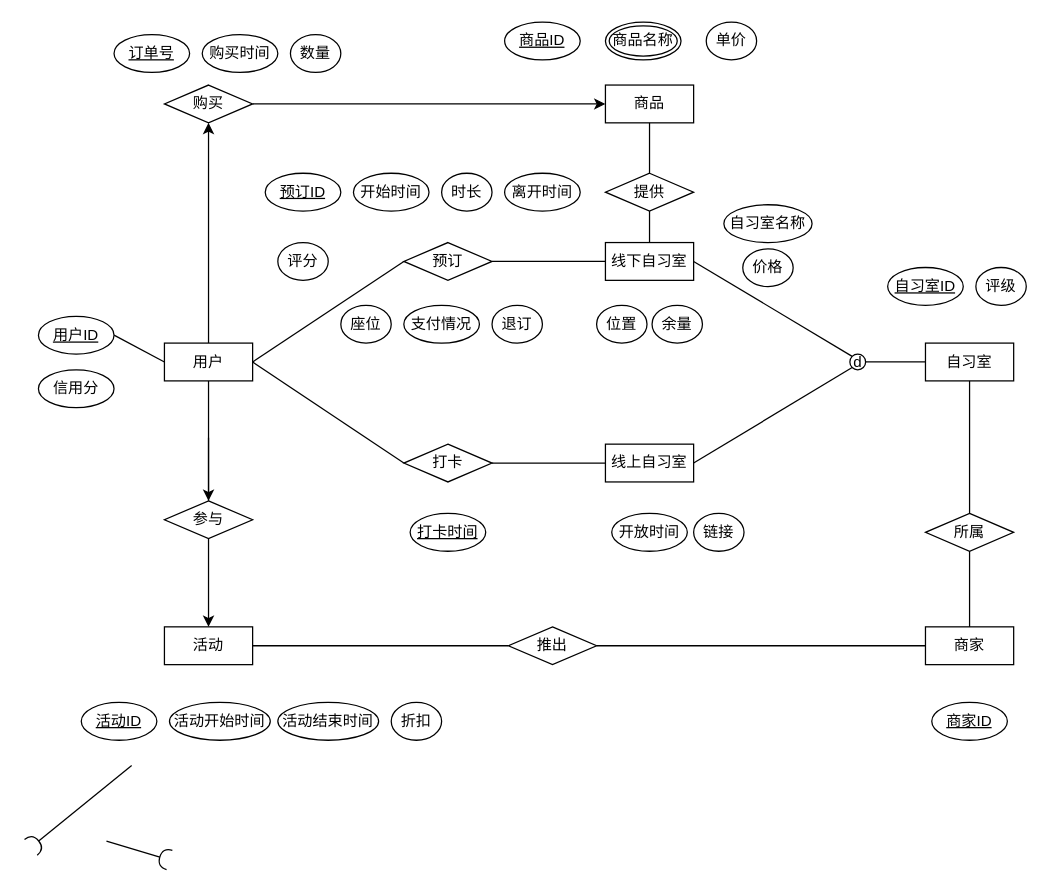
This is 未命名绘图.drawio from wuhongmei/pic, a draw.io file, before an edit. Source tidied: cells renumbered, new cells numbered last; positions are measured from the earlier drawing's top-left corner, leaving out a move shared by most shapes. Both pictures are drawn from the tidied source at 126%, with x=0, y=0 at pixel (30, 21).
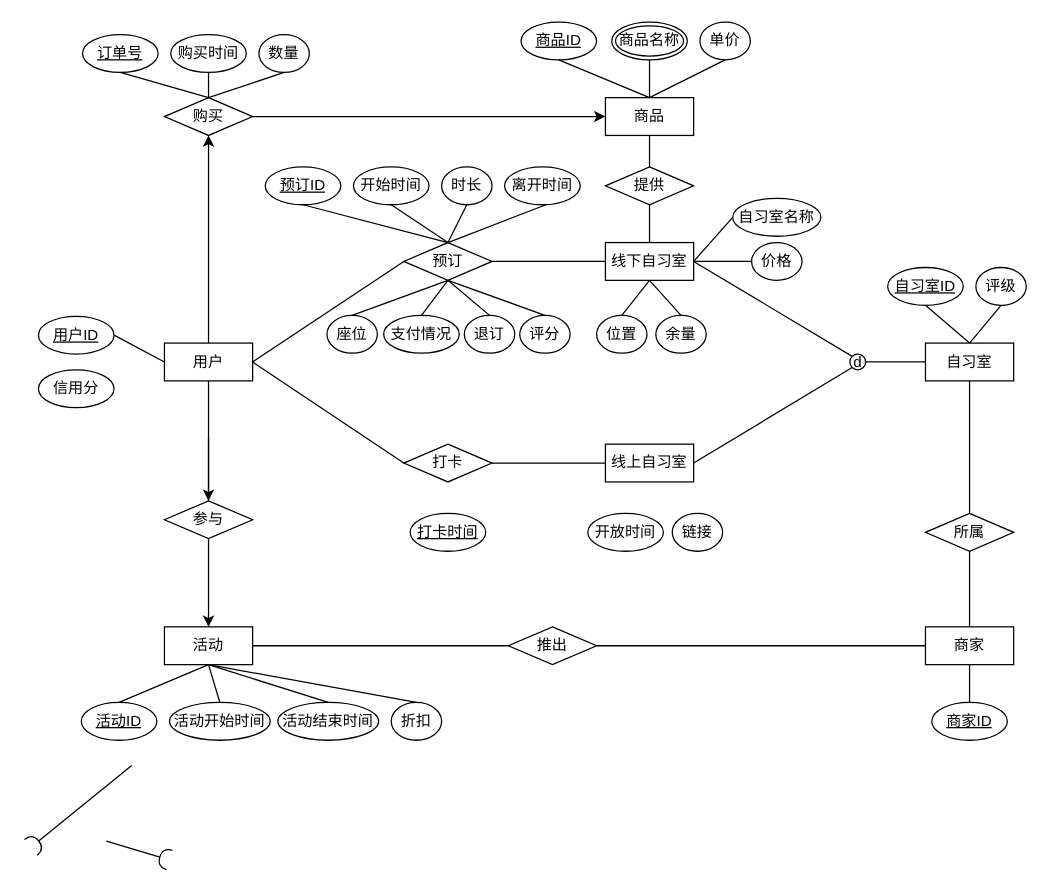
After the change.

The change refers to these unchanged cells:
```xml
<mxCell id="6" value="商家" style="whiteSpace=wrap;html=1;align=center;" parent="1" vertex="1">
  <mxGeometry x="710" y="480" width="70" height="30" as="geometry" />
</mxCell>
<mxCell id="9" value="线下自习室" style="whiteSpace=wrap;html=1;align=center;" parent="1" vertex="1">
  <mxGeometry x="456" y="175" width="70" height="30" as="geometry" />
</mxCell>
<mxCell id="10" value="自习室" style="whiteSpace=wrap;html=1;align=center;" parent="1" vertex="1">
  <mxGeometry x="710" y="254.8" width="70" height="30" as="geometry" />
</mxCell>
<mxCell id="17" value="预订" style="shape=rhombus;perimeter=rhombusPerimeter;whiteSpace=wrap;html=1;align=center;" parent="1" vertex="1">
  <mxGeometry x="296" y="175" width="70" height="30" as="geometry" />
</mxCell>
<mxCell id="22" value="活动" style="whiteSpace=wrap;html=1;align=center;" parent="1" vertex="1">
  <mxGeometry x="106" y="480" width="70" height="30" as="geometry" />
</mxCell>
<mxCell id="49" value="自习室ID" style="ellipse;whiteSpace=wrap;html=1;align=center;fontStyle=4;" parent="1" vertex="1">
  <mxGeometry x="680" y="194.8" width="60" height="30" as="geometry" />
</mxCell>
<mxCell id="54" value="评级" style="ellipse;whiteSpace=wrap;html=1;align=center;" parent="1" vertex="1">
  <mxGeometry x="750" y="194.8" width="40" height="30" as="geometry" />
</mxCell>
<mxCell id="55" value="商家ID" style="ellipse;whiteSpace=wrap;html=1;align=center;fontStyle=4;" parent="1" vertex="1">
  <mxGeometry x="715" y="540" width="60" height="30" as="geometry" />
</mxCell>
<mxCell id="56" value="活动ID" style="ellipse;whiteSpace=wrap;html=1;align=center;fontStyle=4;" parent="1" vertex="1">
  <mxGeometry x="40" y="540" width="60" height="30" as="geometry" />
</mxCell>
<mxCell id="57" value="活动开始时间" style="ellipse;whiteSpace=wrap;html=1;align=center;" parent="1" vertex="1">
  <mxGeometry x="110" y="540" width="80" height="30" as="geometry" />
</mxCell>
<mxCell id="58" value="折扣" style="ellipse;whiteSpace=wrap;html=1;align=center;" parent="1" vertex="1">
  <mxGeometry x="286" y="540" width="40" height="30" as="geometry" />
</mxCell>
<mxCell id="65" value="活动结束时间" style="ellipse;whiteSpace=wrap;html=1;align=center;" parent="1" vertex="1">
  <mxGeometry x="196" y="540" width="80" height="30" as="geometry" />
</mxCell>
```

The edit, as a diff of the source:
```diff
@@
     <mxCell id="7" value="商品" style="whiteSpace=wrap;html=1;align=center;" parent="1" vertex="1">
-      <mxGeometry x="456" y="50" width="70" height="30" as="geometry" />
+      <mxGeometry x="456" y="60" width="70" height="30" as="geometry" />
     </mxCell>
@@
     <mxCell id="19" value="购买" style="shape=rhombus;perimeter=rhombusPerimeter;whiteSpace=wrap;html=1;align=center;" parent="1" vertex="1">
-      <mxGeometry x="106" y="50" width="70" height="30" as="geometry" />
+      <mxGeometry x="106" y="60" width="70" height="30" as="geometry" />
     </mxCell>
     <mxCell id="20" value="提供" style="shape=rhombus;perimeter=rhombusPerimeter;whiteSpace=wrap;html=1;align=center;" parent="1" vertex="1">
-      <mxGeometry x="456" y="120" width="70" height="30" as="geometry" />
+      <mxGeometry x="456" y="115" width="70" height="30" as="geometry" />
     </mxCell>
@@
     <mxCell id="37" value="单价" style="ellipse;whiteSpace=wrap;html=1;align=center;" parent="1" vertex="1">
-      <mxGeometry x="536" width="40" height="30" as="geometry" />
+      <mxGeometry x="531" width="40" height="30" as="geometry" />
     </mxCell>
     <mxCell id="38" value="商品名称" style="ellipse;shape=doubleEllipse;margin=3;whiteSpace=wrap;html=1;align=center;" parent="1" vertex="1">
-      <mxGeometry x="456" width="60" height="30" as="geometry" />
+      <mxGeometry x="461" width="60" height="30" as="geometry" />
     </mxCell>
     <mxCell id="39" value="商品ID" style="ellipse;whiteSpace=wrap;html=1;align=center;fontStyle=4;" parent="1" vertex="1">
-      <mxGeometry x="376" width="60" height="30" as="geometry" />
+      <mxGeometry x="389" width="60" height="30" as="geometry" />
     </mxCell>
     <mxCell id="40" value="订单号" style="ellipse;whiteSpace=wrap;html=1;align=center;fontStyle=4;" parent="1" vertex="1">
-      <mxGeometry x="66" y="10" width="60" height="30" as="geometry" />
+      <mxGeometry x="41" y="10" width="60" height="30" as="geometry" />
     </mxCell>
     <mxCell id="41" value="数量" style="ellipse;whiteSpace=wrap;html=1;align=center;" parent="1" vertex="1">
-      <mxGeometry x="206" y="10" width="40" height="30" as="geometry" />
+      <mxGeometry x="181" y="10" width="40" height="30" as="geometry" />
     </mxCell>
     <mxCell id="42" value="预订ID" style="ellipse;whiteSpace=wrap;html=1;align=center;fontStyle=4;" parent="1" vertex="1">
-      <mxGeometry x="186" y="120" width="60" height="30" as="geometry" />
+      <mxGeometry x="186" y="115" width="60" height="30" as="geometry" />
     </mxCell>
     <mxCell id="43" value="开始时间" style="ellipse;whiteSpace=wrap;html=1;align=center;" parent="1" vertex="1">
-      <mxGeometry x="256" y="120" width="60" height="30" as="geometry" />
+      <mxGeometry x="256" y="115" width="60" height="30" as="geometry" />
     </mxCell>
     <mxCell id="44" value="时长" style="ellipse;whiteSpace=wrap;html=1;align=center;" parent="1" vertex="1">
-      <mxGeometry x="326" y="120" width="40" height="30" as="geometry" />
+      <mxGeometry x="326" y="115" width="40" height="30" as="geometry" />
     </mxCell>
     <mxCell id="45" value="离开时间" style="ellipse;whiteSpace=wrap;html=1;align=center;" parent="1" vertex="1">
-      <mxGeometry x="376" y="120" width="60" height="30" as="geometry" />
+      <mxGeometry x="376" y="115" width="60" height="30" as="geometry" />
     </mxCell>
     <mxCell id="46" value="座位" style="ellipse;whiteSpace=wrap;html=1;align=center;" parent="1" vertex="1">
-      <mxGeometry x="246" y="224.8" width="40" height="30" as="geometry" />
+      <mxGeometry x="235" y="232.8" width="40" height="30" as="geometry" />
     </mxCell>
     <mxCell id="47" value="支付情况" style="ellipse;whiteSpace=wrap;html=1;align=center;" parent="1" vertex="1">
-      <mxGeometry x="296" y="224.8" width="60" height="30" as="geometry" />
+      <mxGeometry x="280" y="232.8" width="60" height="30" as="geometry" />
     </mxCell>
     <mxCell id="48" value="评分" style="ellipse;whiteSpace=wrap;html=1;align=center;" parent="1" vertex="1">
-      <mxGeometry x="196" y="175" width="40" height="30" as="geometry" />
+      <mxGeometry x="388" y="232.8" width="40" height="30" as="geometry" />
     </mxCell>
@@
     <mxCell id="50" value="位置" style="ellipse;whiteSpace=wrap;html=1;align=center;" parent="1" vertex="1">
-      <mxGeometry x="449" y="224.8" width="40" height="30" as="geometry" />
+      <mxGeometry x="449" y="232.8" width="40" height="30" as="geometry" />
     </mxCell>
     <mxCell id="51" value="余量" style="ellipse;whiteSpace=wrap;html=1;align=center;" parent="1" vertex="1">
-      <mxGeometry x="493" y="224.8" width="40" height="30" as="geometry" />
+      <mxGeometry x="496" y="232.8" width="40" height="30" as="geometry" />
     </mxCell>
     <mxCell id="52" value="开放时间" style="ellipse;whiteSpace=wrap;html=1;align=center;" parent="1" vertex="1">
-      <mxGeometry x="461" y="390" width="60" height="30" as="geometry" />
+      <mxGeometry x="442" y="390" width="60" height="30" as="geometry" />
     </mxCell>
@@
     <mxCell id="60" value="退订" style="ellipse;whiteSpace=wrap;html=1;align=center;" parent="1" vertex="1">
-      <mxGeometry x="366" y="224.8" width="40" height="30" as="geometry" />
+      <mxGeometry x="344" y="232.8" width="40" height="30" as="geometry" />
     </mxCell>
     <mxCell id="61" value="链接" style="ellipse;whiteSpace=wrap;html=1;align=center;" parent="1" vertex="1">
-      <mxGeometry x="526" y="390" width="40" height="30" as="geometry" />
+      <mxGeometry x="509" y="390" width="40" height="30" as="geometry" />
     </mxCell>
@@
     <mxCell id="63" value="自习室名称" style="ellipse;whiteSpace=wrap;html=1;align=center;" parent="1" vertex="1">
-      <mxGeometry x="550" y="145" width="70" height="30" as="geometry" />
+      <mxGeometry x="557" y="140" width="70" height="30" as="geometry" />
     </mxCell>
     <mxCell id="64" value="价格" style="ellipse;whiteSpace=wrap;html=1;align=center;" parent="1" vertex="1">
-      <mxGeometry x="565" y="180" width="40" height="30" as="geometry" />
+      <mxGeometry x="572" y="175" width="40" height="30" as="geometry" />
     </mxCell>
@@
     <mxCell id="66" value="购买时间" style="ellipse;whiteSpace=wrap;html=1;align=center;" parent="1" vertex="1">
-      <mxGeometry x="136" y="10" width="60" height="30" as="geometry" />
+      <mxGeometry x="111" y="10" width="60" height="30" as="geometry" />
     </mxCell>
+    <mxCell id="67" style="endArrow=none;html=1;rounded=0;entryX=0.5;entryY=1;entryDx=0;entryDy=0;exitX=0.5;exitY=0;exitDx=0;exitDy=0;" parent="1" edge="1" source="19" target="40">
+      <mxGeometry relative="1" as="geometry" />
+    </mxCell>
+    <mxCell id="68" style="endArrow=none;html=1;rounded=0;entryX=0.5;entryY=1;entryDx=0;entryDy=0;exitX=0.5;exitY=0;exitDx=0;exitDy=0;" parent="1" edge="1" source="19" target="66">
+      <mxGeometry relative="1" as="geometry" />
+    </mxCell>
+    <mxCell id="69" style="endArrow=none;html=1;rounded=0;entryX=0.5;entryY=1;entryDx=0;entryDy=0;exitX=0.5;exitY=0;exitDx=0;exitDy=0;" parent="1" edge="1" source="19" target="41">
+      <mxGeometry relative="1" as="geometry" />
+    </mxCell>
+    <mxCell id="70" style="endArrow=none;html=1;rounded=0;entryX=0.5;entryY=1;entryDx=0;entryDy=0;exitX=0.5;exitY=0;exitDx=0;exitDy=0;" parent="1" edge="1" source="7" target="39">
+      <mxGeometry relative="1" as="geometry" />
+    </mxCell>
+    <mxCell id="71" style="endArrow=none;html=1;rounded=0;entryX=0.5;entryY=1;entryDx=0;entryDy=0;exitX=0.5;exitY=0;exitDx=0;exitDy=0;" parent="1" edge="1" source="7" target="38">
+      <mxGeometry relative="1" as="geometry" />
+    </mxCell>
+    <mxCell id="72" style="endArrow=none;html=1;rounded=0;entryX=0.5;entryY=1;entryDx=0;entryDy=0;exitX=0.5;exitY=0;exitDx=0;exitDy=0;" parent="1" edge="1" source="7" target="37">
+      <mxGeometry relative="1" as="geometry" />
+    </mxCell>
+    <mxCell id="73" style="endArrow=none;html=1;rounded=0;exitX=0.5;exitY=1;exitDx=0;exitDy=0;entryX=0.5;entryY=0;entryDx=0;entryDy=0;" parent="1" edge="1" source="42" target="17">
+      <mxGeometry relative="1" as="geometry" />
+    </mxCell>
+    <mxCell id="74" style="endArrow=none;html=1;rounded=0;entryX=0.5;entryY=1;entryDx=0;entryDy=0;exitX=0.5;exitY=0;exitDx=0;exitDy=0;" parent="1" edge="1" source="17" target="43">
+      <mxGeometry relative="1" as="geometry" />
+    </mxCell>
+    <mxCell id="75" style="endArrow=none;html=1;rounded=0;entryX=0.5;entryY=1;entryDx=0;entryDy=0;exitX=0.5;exitY=0;exitDx=0;exitDy=0;" parent="1" edge="1" source="17" target="44">
+      <mxGeometry relative="1" as="geometry" />
+    </mxCell>
+    <mxCell id="76" style="endArrow=none;html=1;rounded=0;entryX=0.547;entryY=1;entryDx=0;entryDy=0;exitX=0.5;exitY=0;exitDx=0;exitDy=0;entryPerimeter=0;" parent="1" edge="1" source="17" target="45">
+      <mxGeometry relative="1" as="geometry" />
+    </mxCell>
+    <mxCell id="77" style="endArrow=none;html=1;rounded=0;entryX=0.5;entryY=0;entryDx=0;entryDy=0;exitX=0.5;exitY=1;exitDx=0;exitDy=0;" parent="1" edge="1" source="17" target="48">
+      <mxGeometry relative="1" as="geometry" />
+    </mxCell>
+    <mxCell id="78" style="endArrow=none;html=1;rounded=0;entryX=0.5;entryY=0;entryDx=0;entryDy=0;exitX=0.5;exitY=1;exitDx=0;exitDy=0;" parent="1" edge="1" source="17" target="46">
+      <mxGeometry relative="1" as="geometry" />
+    </mxCell>
+    <mxCell id="79" style="endArrow=none;html=1;rounded=0;entryX=0.5;entryY=0;entryDx=0;entryDy=0;exitX=0.5;exitY=1;exitDx=0;exitDy=0;" parent="1" edge="1" source="17" target="47">
+      <mxGeometry relative="1" as="geometry" />
+    </mxCell>
+    <mxCell id="80" style="endArrow=none;html=1;rounded=0;entryX=0.5;entryY=1;entryDx=0;entryDy=0;exitX=0.5;exitY=0;exitDx=0;exitDy=0;" parent="1" edge="1" source="60" target="17">
+      <mxGeometry relative="1" as="geometry" />
+    </mxCell>
+    <mxCell id="81" style="endArrow=none;html=1;rounded=0;entryX=0.5;entryY=1;entryDx=0;entryDy=0;exitX=0.5;exitY=0;exitDx=0;exitDy=0;" parent="1" edge="1" source="50" target="9">
+      <mxGeometry relative="1" as="geometry" />
+    </mxCell>
+    <mxCell id="82" style="endArrow=none;html=1;rounded=0;exitX=0.5;exitY=0;exitDx=0;exitDy=0;entryX=0.5;entryY=1;entryDx=0;entryDy=0;" parent="1" edge="1" source="51" target="9">
+      <mxGeometry relative="1" as="geometry" />
+    </mxCell>
+    <mxCell id="83" style="endArrow=none;html=1;rounded=0;entryX=1;entryY=0.5;entryDx=0;entryDy=0;exitX=0;exitY=0.5;exitDx=0;exitDy=0;" parent="1" edge="1" source="64" target="9">
+      <mxGeometry relative="1" as="geometry" />
+    </mxCell>
+    <mxCell id="84" style="endArrow=none;html=1;rounded=0;entryX=1;entryY=0.5;entryDx=0;entryDy=0;exitX=0;exitY=0.5;exitDx=0;exitDy=0;" parent="1" edge="1" source="63" target="9">
+      <mxGeometry relative="1" as="geometry" />
+    </mxCell>
+    <mxCell id="85" style="endArrow=none;html=1;rounded=0;entryX=0.5;entryY=1;entryDx=0;entryDy=0;exitX=0.5;exitY=0;exitDx=0;exitDy=0;" parent="1" edge="1" source="10" target="49">
+      <mxGeometry relative="1" as="geometry" />
+    </mxCell>
+    <mxCell id="86" style="endArrow=none;html=1;rounded=0;entryX=0.5;entryY=1;entryDx=0;entryDy=0;exitX=0.5;exitY=0;exitDx=0;exitDy=0;" parent="1" edge="1" source="10" target="54">
+      <mxGeometry relative="1" as="geometry" />
+    </mxCell>
+    <mxCell id="87" style="endArrow=none;html=1;rounded=0;entryX=0.5;entryY=0;entryDx=0;entryDy=0;exitX=0.5;exitY=1;exitDx=0;exitDy=0;" parent="1" edge="1" source="6" target="55">
+      <mxGeometry relative="1" as="geometry" />
+    </mxCell>
+    <mxCell id="88" style="endArrow=none;html=1;rounded=0;entryX=0.5;entryY=0;entryDx=0;entryDy=0;exitX=0.5;exitY=1;exitDx=0;exitDy=0;" parent="1" edge="1" source="22" target="56">
+      <mxGeometry relative="1" as="geometry" />
+    </mxCell>
+    <mxCell id="89" style="endArrow=none;html=1;rounded=0;entryX=0.5;entryY=0;entryDx=0;entryDy=0;exitX=0.5;exitY=1;exitDx=0;exitDy=0;" parent="1" edge="1" source="22" target="57">
+      <mxGeometry relative="1" as="geometry" />
+    </mxCell>
+    <mxCell id="90" style="endArrow=none;html=1;rounded=0;entryX=0.5;entryY=0;entryDx=0;entryDy=0;exitX=0.5;exitY=1;exitDx=0;exitDy=0;" parent="1" edge="1" source="22" target="65">
+      <mxGeometry relative="1" as="geometry" />
+    </mxCell>
+    <mxCell id="91" style="endArrow=none;html=1;rounded=0;entryX=0.5;entryY=0;entryDx=0;entryDy=0;exitX=0.5;exitY=1;exitDx=0;exitDy=0;" parent="1" edge="1" source="22" target="58">
+      <mxGeometry relative="1" as="geometry" />
+    </mxCell>
```
